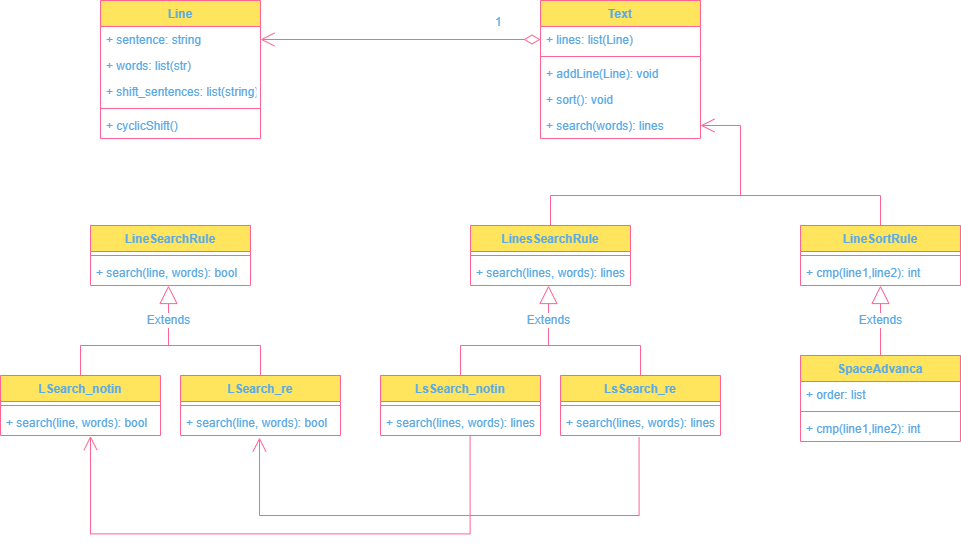
The draw.io diagram Untitled Diagram.drawio.png in changzhenxuan/kwic, before a commit. Source tidied: cells renumbered, new cells last; positions are measured from the earlier drawing's top-left corner, leaving out a move shared by most shapes.
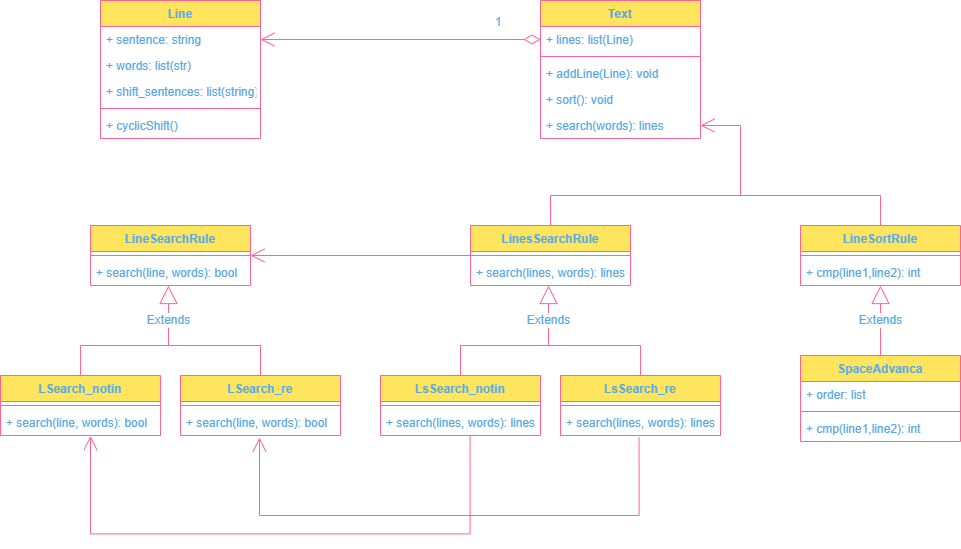
Above is the later version.

Commit message:
a small fix: add a line between LSR and LsSR

What changed in the source:
```diff
@@ -200,5 +200,14 @@
         </Array>
       </mxGeometry>
     </mxCell>
+    <mxCell id="52" style="endArrow=open;endFill=1;endSize=12;html=1;rounded=0;edgeStyle=orthogonalEdgeStyle;entryX=1;entryY=0.5;entryDx=0;entryDy=0;strokeColor=#FF6392;fontColor=#5AA9E6;" parent="1" edge="1">
+      <mxGeometry relative="1" as="geometry">
+        <mxPoint x="470" y="255" as="sourcePoint" />
+        <mxPoint x="250" y="255" as="targetPoint" />
+        <Array as="points">
+          <mxPoint x="290" y="255" />
+        </Array>
+      </mxGeometry>
+    </mxCell>
   </root>
 </mxGraphModel>
```
